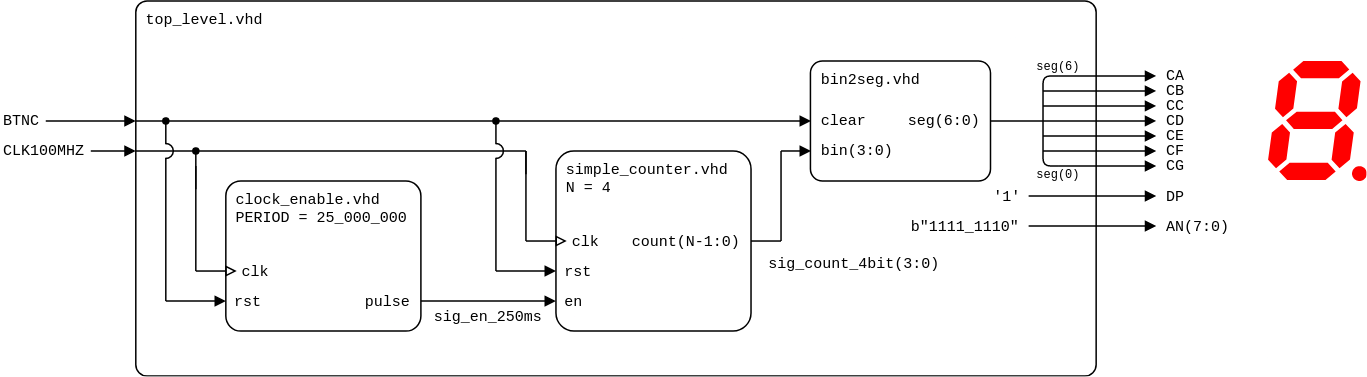
Before: lab5-counter/images/top-level_1-counter_structure.png, a diagram exported from draw.io (tomas-fryza/vhdl-course). Source tidied: cells renumbered, new cells last; positions are measured from the earlier drawing's top-left corner, leaving out a move shared by most shapes.
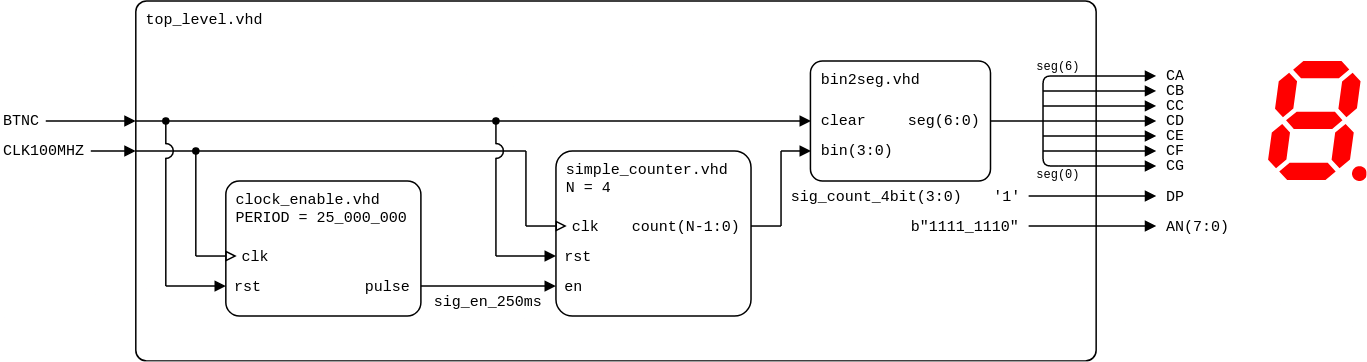
After the change.

Commit message:
Integer data type used in clock enable

What changed in the source:
```diff
@@ -3,7 +3,7 @@
     <mxCell id="0" />
     <mxCell id="1" parent="0" />
     <mxCell id="2" value="top_level.vhd" style="rounded=1;arcSize=3;whiteSpace=wrap;html=1;align=left;verticalAlign=top;fontFamily=Courier New;absoluteArcSize=0;fillColor=none;fontSize=10;spacingLeft=5;imageHeight=24;" parent="1" vertex="1">
-      <mxGeometry x="90" width="640" height="250" as="geometry" />
+      <mxGeometry x="90" width="640" height="240" as="geometry" />
     </mxCell>
     <mxCell id="3" style="endArrow=block;html=1;rounded=0;endFill=1;endSize=5;startSize=5;" parent="1" edge="1">
       <mxGeometry relative="1" as="geometry">
@@ -27,11 +27,11 @@
       <mxGeometry x="-0.4" y="70" width="40" height="20" as="geometry" />
     </mxCell>
     <mxCell id="7" value="sig_count_4bit(3:0)" style="text;html=1;align=left;verticalAlign=middle;whiteSpace=wrap;rounded=0;fontFamily=Courier New;fontSize=10;fillOpacity=100;spacing=2;spacingLeft=0;" parent="1" vertex="1">
-      <mxGeometry x="509.9" y="170" width="126" height="10" as="geometry" />
+      <mxGeometry x="525" y="125" width="120" height="10" as="geometry" />
     </mxCell>
     <mxCell id="8" style="endArrow=none;html=1;rounded=0;startArrow=none;startFill=0;endSize=4;startSize=4;" parent="1" edge="1">
       <mxGeometry relative="1" as="geometry">
-        <mxPoint x="350" y="160" as="sourcePoint" />
+        <mxPoint x="350" y="150" as="sourcePoint" />
         <mxPoint x="350" y="100" as="targetPoint" />
       </mxGeometry>
     </mxCell>
@@ -66,48 +66,48 @@
       </mxGeometry>
     </mxCell>
     <mxCell id="16" value="&lt;div&gt;simple_counter.vhd&lt;/div&gt;&lt;div&gt;N = 4&lt;br&gt;&lt;/div&gt;" style="rounded=1;arcSize=10;align=left;verticalAlign=top;fontFamily=Courier New;absoluteArcSize=0;fillColor=none;fixDash=0;fontSize=10;spacingLeft=5;labelBorderColor=none;spacingTop=0;spacing=2;labelBackgroundColor=none;whiteSpace=wrap;html=1;strokeWidth=1;shadow=0;glass=0;" parent="1" vertex="1">
-      <mxGeometry x="370" y="100" width="130" height="120" as="geometry" />
+      <mxGeometry x="370" y="100" width="130" height="110" as="geometry" />
     </mxCell>
     <mxCell id="17" value="rst" style="text;html=1;align=left;verticalAlign=middle;whiteSpace=wrap;rounded=0;fontFamily=Courier New;fontSize=10;fillOpacity=100;spacingLeft=5;" parent="1" vertex="1">
-      <mxGeometry x="369.4" y="170" width="50.6" height="20" as="geometry" />
+      <mxGeometry x="369.4" y="160" width="50.6" height="20" as="geometry" />
     </mxCell>
     <mxCell id="18" value="clk" style="text;html=1;align=left;verticalAlign=middle;whiteSpace=wrap;rounded=0;fontFamily=Courier New;fontSize=10;fillOpacity=100;spacing=2;spacingLeft=10;" parent="1" vertex="1">
-      <mxGeometry x="369.4" y="150" width="40.6" height="20" as="geometry" />
+      <mxGeometry x="369.4" y="140" width="40.6" height="20" as="geometry" />
     </mxCell>
     <mxCell id="19" style="endArrow=block;html=1;rounded=0;endFill=1;endSize=5;startSize=5;" parent="1" edge="1">
       <mxGeometry relative="1" as="geometry">
-        <mxPoint x="280" y="200" as="sourcePoint" />
-        <mxPoint x="370" y="200" as="targetPoint" />
+        <mxPoint x="280" y="190" as="sourcePoint" />
+        <mxPoint x="370" y="190" as="targetPoint" />
       </mxGeometry>
     </mxCell>
     <mxCell id="20" style="endArrow=block;html=1;rounded=0;endFill=0;endSize=5;startSize=5;" parent="1" edge="1">
       <mxGeometry relative="1" as="geometry">
-        <mxPoint x="350" y="160" as="sourcePoint" />
-        <mxPoint x="377.2" y="160" as="targetPoint" />
+        <mxPoint x="350" y="150" as="sourcePoint" />
+        <mxPoint x="377.2" y="150" as="targetPoint" />
       </mxGeometry>
     </mxCell>
     <mxCell id="21" value="count(N-1:0)" style="text;html=1;align=right;verticalAlign=middle;whiteSpace=wrap;rounded=0;fontFamily=Courier New;fontSize=10;fillOpacity=100;spacing=2;spacingRight=5;" parent="1" vertex="1">
-      <mxGeometry x="420" y="150" width="80" height="20" as="geometry" />
+      <mxGeometry x="420" y="140" width="80" height="20" as="geometry" />
     </mxCell>
     <mxCell id="22" value="en" style="text;html=1;align=left;verticalAlign=middle;whiteSpace=wrap;rounded=0;fontFamily=Courier New;fontSize=10;fillOpacity=100;spacingLeft=5;" parent="1" vertex="1">
-      <mxGeometry x="369.4" y="190" width="50.6" height="20" as="geometry" />
+      <mxGeometry x="369.4" y="180" width="50.6" height="20" as="geometry" />
     </mxCell>
     <mxCell id="23" style="endArrow=block;html=1;rounded=0;endFill=1;endSize=5;startSize=5;" parent="1" edge="1">
       <mxGeometry relative="1" as="geometry">
-        <mxPoint x="330" y="180" as="sourcePoint" />
-        <mxPoint x="370" y="180" as="targetPoint" />
+        <mxPoint x="330" y="170" as="sourcePoint" />
+        <mxPoint x="370" y="170" as="targetPoint" />
       </mxGeometry>
     </mxCell>
     <mxCell id="24" style="endArrow=none;html=1;rounded=0;startArrow=none;startFill=0;endSize=4;startSize=4;" parent="1" edge="1">
       <mxGeometry relative="1" as="geometry">
         <mxPoint x="520" y="100" as="sourcePoint" />
-        <mxPoint x="520" y="160" as="targetPoint" />
+        <mxPoint x="520" y="150" as="targetPoint" />
       </mxGeometry>
     </mxCell>
     <mxCell id="25" style="endArrow=none;html=1;rounded=0;endFill=0;endSize=5;startSize=5;" parent="1" edge="1">
       <mxGeometry relative="1" as="geometry">
-        <mxPoint x="500" y="160" as="sourcePoint" />
-        <mxPoint x="520" y="160" as="targetPoint" />
+        <mxPoint x="500" y="150" as="sourcePoint" />
+        <mxPoint x="520" y="150" as="targetPoint" />
       </mxGeometry>
     </mxCell>
     <mxCell id="26" value="bin2seg.vhd" style="rounded=1;arcSize=10;align=left;verticalAlign=top;fontFamily=Courier New;absoluteArcSize=0;fillColor=none;fixDash=0;fontSize=10;spacingLeft=5;labelBorderColor=none;spacingTop=0;spacing=2;labelBackgroundColor=none;whiteSpace=wrap;html=1;strokeWidth=1;shadow=0;glass=0;" parent="1" vertex="1">
@@ -236,71 +236,59 @@
         <mxPoint x="350" y="100" as="targetPoint" />
       </mxGeometry>
     </mxCell>
-    <mxCell id="54" style="endArrow=none;html=1;rounded=0;startArrow=none;startFill=0;endSize=4;startSize=4;" parent="1" edge="1">
-      <mxGeometry relative="1" as="geometry">
-        <mxPoint x="350" y="100" as="sourcePoint" />
-        <mxPoint x="350" y="115.5" as="targetPoint" />
-      </mxGeometry>
+    <mxCell id="54" value="sig_en_250ms" style="text;html=1;align=center;verticalAlign=middle;whiteSpace=wrap;rounded=0;fontFamily=Courier New;fontSize=10;fillOpacity=100;spacing=2;spacingLeft=0;" parent="1" vertex="1">
+      <mxGeometry x="280" y="195" width="90" height="10" as="geometry" />
     </mxCell>
-    <mxCell id="55" value="sig_en_250ms" style="text;html=1;align=center;verticalAlign=middle;whiteSpace=wrap;rounded=0;fontFamily=Courier New;fontSize=10;fillOpacity=100;spacing=2;spacingLeft=0;" parent="1" vertex="1">
-      <mxGeometry x="280" y="205" width="90" height="10" as="geometry" />
+    <mxCell id="55" value="clock_enable.vhd&lt;div&gt;PERIOD = 25_000_000&lt;br&gt;&lt;/div&gt;" style="rounded=1;arcSize=10;align=left;verticalAlign=top;fontFamily=Courier New;absoluteArcSize=0;fillColor=none;fixDash=0;fontSize=10;spacingLeft=5;labelBorderColor=none;spacingTop=0;spacing=2;labelBackgroundColor=none;whiteSpace=wrap;html=1;strokeWidth=1;shadow=0;glass=0;" parent="1" vertex="1">
+      <mxGeometry x="150" y="120" width="130" height="90" as="geometry" />
     </mxCell>
-    <mxCell id="56" value="clock_enable.vhd&lt;div&gt;PERIOD = 25_000_000&lt;br&gt;&lt;/div&gt;" style="rounded=1;arcSize=10;align=left;verticalAlign=top;fontFamily=Courier New;absoluteArcSize=0;fillColor=none;fixDash=0;fontSize=10;spacingLeft=5;labelBorderColor=none;spacingTop=0;spacing=2;labelBackgroundColor=none;whiteSpace=wrap;html=1;strokeWidth=1;shadow=0;glass=0;" parent="1" vertex="1">
-      <mxGeometry x="150" y="120" width="130" height="100" as="geometry" />
+    <mxCell id="56" value="rst" style="text;html=1;align=left;verticalAlign=middle;whiteSpace=wrap;rounded=0;fontFamily=Courier New;fontSize=10;fillOpacity=100;spacingLeft=5;" parent="1" vertex="1">
+      <mxGeometry x="149.4" y="180" width="50.6" height="20" as="geometry" />
     </mxCell>
-    <mxCell id="57" value="rst" style="text;html=1;align=left;verticalAlign=middle;whiteSpace=wrap;rounded=0;fontFamily=Courier New;fontSize=10;fillOpacity=100;spacingLeft=5;" parent="1" vertex="1">
-      <mxGeometry x="149.4" y="190" width="50.6" height="20" as="geometry" />
+    <mxCell id="57" value="clk" style="text;html=1;align=left;verticalAlign=middle;whiteSpace=wrap;rounded=0;fontFamily=Courier New;fontSize=10;fillOpacity=100;spacing=2;spacingLeft=10;" parent="1" vertex="1">
+      <mxGeometry x="149.4" y="160" width="40.6" height="20" as="geometry" />
     </mxCell>
-    <mxCell id="58" value="clk" style="text;html=1;align=left;verticalAlign=middle;whiteSpace=wrap;rounded=0;fontFamily=Courier New;fontSize=10;fillOpacity=100;spacing=2;spacingLeft=10;" parent="1" vertex="1">
-      <mxGeometry x="149.4" y="170" width="40.6" height="20" as="geometry" />
+    <mxCell id="58" style="endArrow=block;html=1;rounded=0;endFill=0;endSize=5;startSize=5;" parent="1" edge="1">
+      <mxGeometry relative="1" as="geometry">
+        <mxPoint x="130" y="170" as="sourcePoint" />
+        <mxPoint x="157.2" y="170" as="targetPoint" />
+      </mxGeometry>
     </mxCell>
-    <mxCell id="59" style="endArrow=block;html=1;rounded=0;endFill=0;endSize=5;startSize=5;" parent="1" edge="1">
-      <mxGeometry relative="1" as="geometry">
-        <mxPoint x="130" y="180" as="sourcePoint" />
-        <mxPoint x="157.2" y="180" as="targetPoint" />
-      </mxGeometry>
+    <mxCell id="59" value="pulse" style="text;html=1;align=right;verticalAlign=middle;whiteSpace=wrap;rounded=0;fontFamily=Courier New;fontSize=10;fillOpacity=100;spacing=2;spacingRight=5;" parent="1" vertex="1">
+      <mxGeometry x="200" y="180" width="80" height="20" as="geometry" />
     </mxCell>
-    <mxCell id="60" value="pulse" style="text;html=1;align=right;verticalAlign=middle;whiteSpace=wrap;rounded=0;fontFamily=Courier New;fontSize=10;fillOpacity=100;spacing=2;spacingRight=5;" parent="1" vertex="1">
-      <mxGeometry x="200" y="190" width="80" height="20" as="geometry" />
+    <mxCell id="60" style="endArrow=block;html=1;rounded=0;endFill=1;endSize=5;startSize=5;" parent="1" edge="1">
+      <mxGeometry relative="1" as="geometry">
+        <mxPoint x="110" y="190" as="sourcePoint" />
+        <mxPoint x="150" y="190" as="targetPoint" />
+      </mxGeometry>
     </mxCell>
-    <mxCell id="61" style="endArrow=block;html=1;rounded=0;endFill=1;endSize=5;startSize=5;" parent="1" edge="1">
+    <mxCell id="61" style="endArrow=none;html=1;rounded=0;startArrow=none;startFill=0;endSize=4;startSize=4;" parent="1" edge="1">
       <mxGeometry relative="1" as="geometry">
-        <mxPoint x="110" y="200" as="sourcePoint" />
-        <mxPoint x="150" y="200" as="targetPoint" />
+        <mxPoint x="330" y="170" as="sourcePoint" />
+        <mxPoint x="330" y="104.5" as="targetPoint" />
       </mxGeometry>
     </mxCell>
-    <mxCell id="62" style="endArrow=none;html=1;rounded=0;startArrow=none;startFill=0;endSize=4;startSize=4;" parent="1" edge="1">
+    <mxCell id="62" style="endArrow=oval;html=1;rounded=0;startArrow=none;startFill=0;endSize=4;startSize=4;endFill=1;" parent="1" edge="1">
       <mxGeometry relative="1" as="geometry">
-        <mxPoint x="330" y="180" as="sourcePoint" />
-        <mxPoint x="330" y="104.5" as="targetPoint" />
+        <mxPoint x="130" y="170" as="sourcePoint" />
+        <mxPoint x="130" y="100" as="targetPoint" />
       </mxGeometry>
     </mxCell>
-    <mxCell id="63" style="endArrow=oval;html=1;rounded=0;startArrow=none;startFill=0;endSize=4;startSize=4;endFill=1;" parent="1" edge="1">
+    <mxCell id="63" style="endArrow=none;html=1;rounded=0;startArrow=oval;startFill=1;endSize=4;startSize=4;" parent="1" edge="1">
       <mxGeometry relative="1" as="geometry">
-        <mxPoint x="130" y="180" as="sourcePoint" />
-        <mxPoint x="130" y="100" as="targetPoint" />
+        <mxPoint x="110" y="80" as="sourcePoint" />
+        <mxPoint x="110" y="95.5" as="targetPoint" />
       </mxGeometry>
     </mxCell>
-    <mxCell id="64" style="endArrow=none;html=1;rounded=0;startArrow=oval;startFill=1;endSize=4;startSize=4;" parent="1" edge="1">
-      <mxGeometry relative="1" as="geometry">
-        <mxPoint x="110" y="80" as="sourcePoint" />
-        <mxPoint x="110" y="95.5" as="targetPoint" />
-      </mxGeometry>
+    <mxCell id="64" style="verticalLabelPosition=bottom;verticalAlign=top;html=1;shape=mxgraph.basic.arc;startAngle=0.75;endAngle=0.25;rotation=90;" parent="1" vertex="1">
+      <mxGeometry x="105" y="95" width="10" height="10" as="geometry" />
     </mxCell>
-    <mxCell id="65" style="verticalLabelPosition=bottom;verticalAlign=top;html=1;shape=mxgraph.basic.arc;startAngle=0.75;endAngle=0.25;rotation=90;" parent="1" vertex="1">
-      <mxGeometry x="105" y="95" width="10" height="10" as="geometry" />
+    <mxCell id="65" style="endArrow=none;html=1;rounded=0;startArrow=none;startFill=0;endSize=4;startSize=4;" parent="1" edge="1">
+      <mxGeometry relative="1" as="geometry">
+        <mxPoint x="110" y="190" as="sourcePoint" />
+        <mxPoint x="110" y="104.5" as="targetPoint" />
+      </mxGeometry>
     </mxCell>
-    <mxCell id="66" style="endArrow=none;html=1;rounded=0;startArrow=none;startFill=0;endSize=4;startSize=4;" parent="1" edge="1">
-      <mxGeometry relative="1" as="geometry">
-        <mxPoint x="130" y="110" as="sourcePoint" />
-        <mxPoint x="130" y="125.5" as="targetPoint" />
-      </mxGeometry>
-    </mxCell>
-    <mxCell id="67" style="endArrow=none;html=1;rounded=0;startArrow=none;startFill=0;endSize=4;startSize=4;" parent="1" edge="1">
-      <mxGeometry relative="1" as="geometry">
-        <mxPoint x="110" y="200" as="sourcePoint" />
-        <mxPoint x="110" y="104.5" as="targetPoint" />
-      </mxGeometry>
-    </mxCell>
   </root>
 </mxGraphModel>
```
